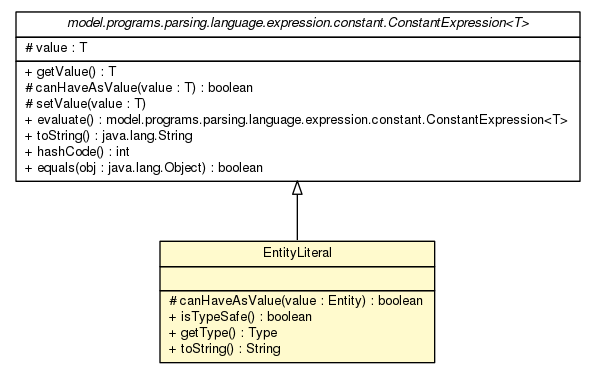
The Graphviz diagram doc/model/programs/parsing/language/expression/constant/literal/EntityLiteral.png in sinopeus/asteroids, before a commit. Its source is kept beside it as doc/model/programs/parsing/language/expression/constant/literal/EntityLiteral.dot.
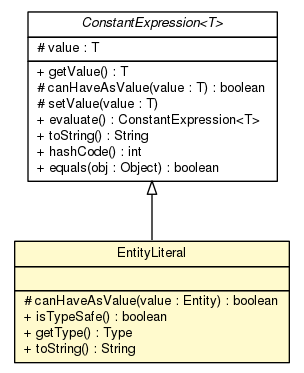
The same diagram one commit later.

Change to the diagram source:
```diff
@@ -6,7 +6,7 @@
 	ranksep=0.5;
 	c8090 [label=<<table title="model.programs.parsing.language.expression.constant.ConstantExpression" border="0" cellborder="1" cellspacing="0" cellpadding="2" port="p" href="../ConstantExpression.html">
 		<tr><td><table border="0" cellspacing="0" cellpadding="1">
-<tr><td align="center" balign="center"><font face="Helvetica-Oblique"> model.programs.parsing.language.expression.constant.ConstantExpression&lt;T&gt; </font></td></tr>
+<tr><td align="center" balign="center"><font face="Helvetica-Oblique"> ConstantExpression&lt;T&gt; </font></td></tr>
 		</table></td></tr>
 		<tr><td><table border="0" cellspacing="0" cellpadding="1">
 <tr><td align="left" balign="left"> # value : T </td></tr>
@@ -15,10 +15,10 @@
 <tr><td align="left" balign="left"> + getValue() : T </td></tr>
 <tr><td align="left" balign="left"> # canHaveAsValue(value : T) : boolean </td></tr>
 <tr><td align="left" balign="left"> # setValue(value : T) </td></tr>
-<tr><td align="left" balign="left"> + evaluate() : model.programs.parsing.language.expression.constant.ConstantExpression&lt;T&gt; </td></tr>
-<tr><td align="left" balign="left"> + toString() : java.lang.String </td></tr>
+<tr><td align="left" balign="left"> + evaluate() : ConstantExpression&lt;T&gt; </td></tr>
+<tr><td align="left" balign="left"> + toString() : String </td></tr>
 <tr><td align="left" balign="left"> + hashCode() : int </td></tr>
-<tr><td align="left" balign="left"> + equals(obj : java.lang.Object) : boolean </td></tr>
+<tr><td align="left" balign="left"> + equals(obj : Object) : boolean </td></tr>
 		</table></td></tr>
 		</table>>, URL="../ConstantExpression.html", fontname="Helvetica", fontcolor="black", fontsize=10.0];
 	c8096 [label=<<table title="model.programs.parsing.language.expression.constant.literal.EntityLiteral" border="0" cellborder="1" cellspacing="0" cellpadding="2" port="p" bgcolor="lemonChiffon" href="./EntityLiteral.html">
```
